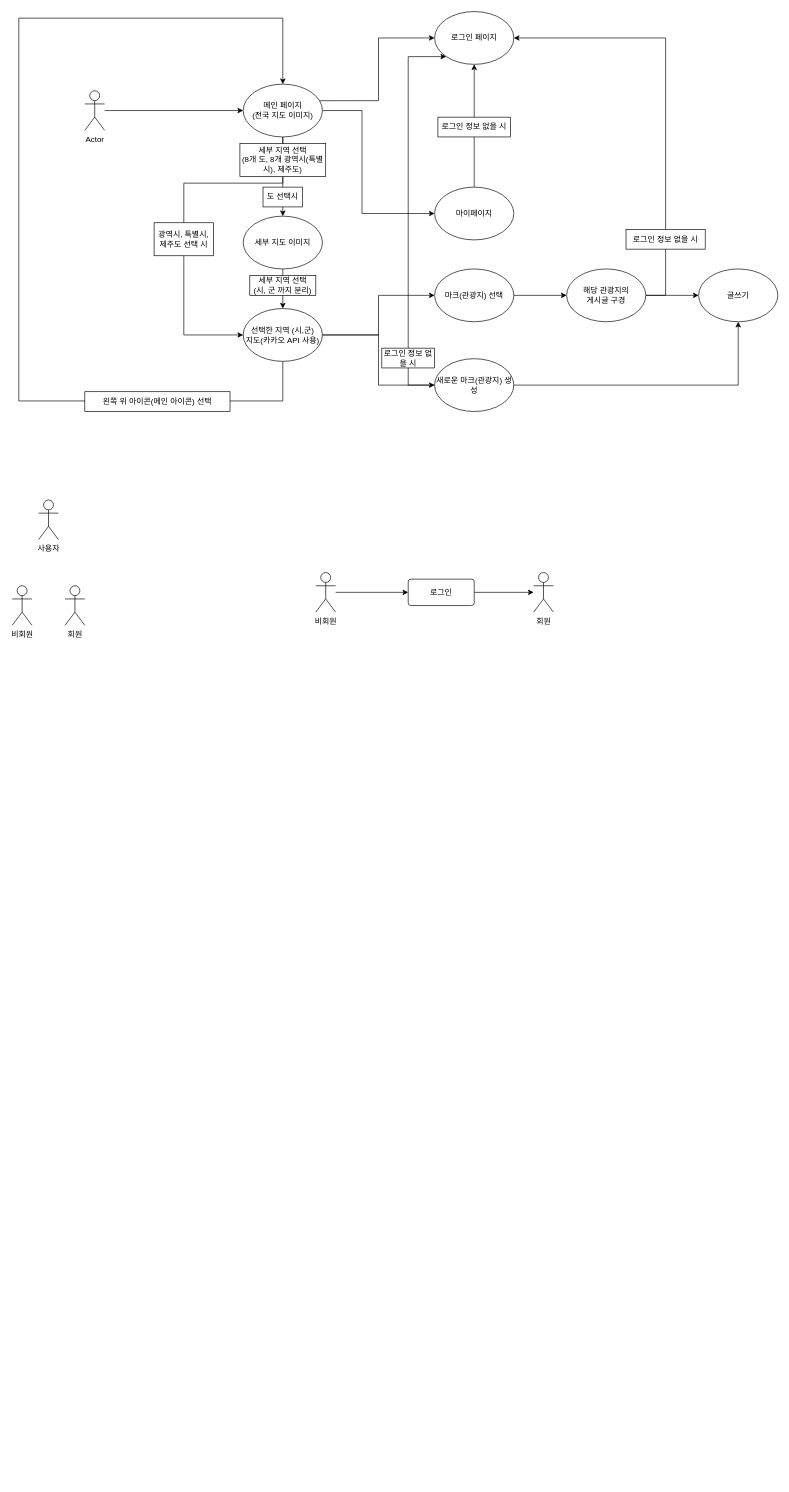
Earlier version of the draw.io diagram diagram/usecase.drawio (super-step/humi53.github.io). Source tidied: cells renumbered, new cells numbered last; positions are measured from the earlier drawing's top-left corner, leaving out a move shared by most shapes. Both pictures are drawn from the tidied source at 66%, with x=0, y=0 at pixel (12, 11).
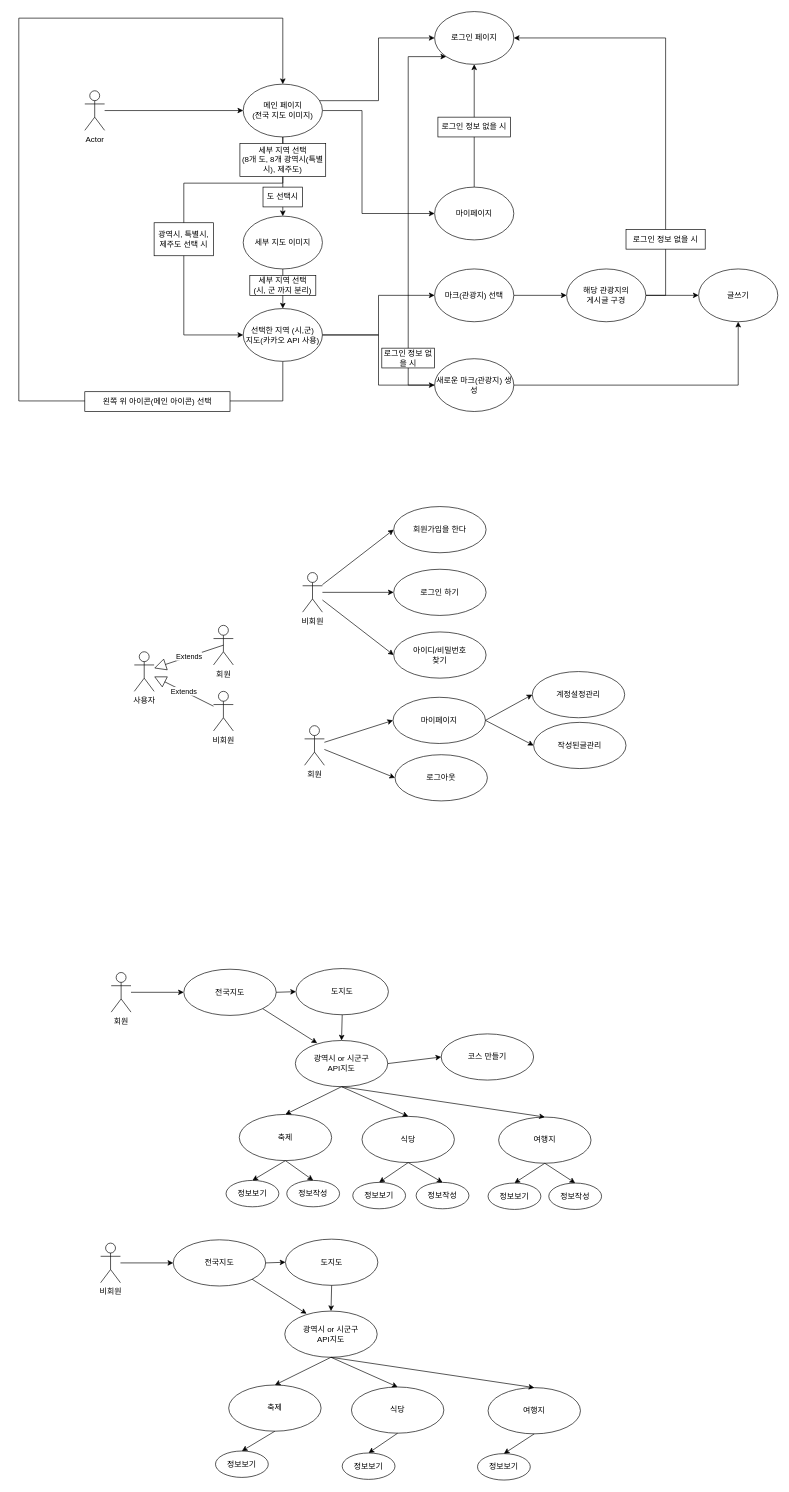
The same page after the edit.

What changed in the source:
```diff
@@
     <mxCell id="35" value="비회원" style="shape=umlActor;verticalLabelPosition=bottom;verticalAlign=top;html=1;outlineConnect=0;" parent="1" vertex="1">
-      <mxGeometry y="870" width="30" height="60" as="geometry" />
+      <mxGeometry x="305" y="1030" width="30" height="60" as="geometry" />
     </mxCell>
     <mxCell id="36" value="사용자" style="shape=umlActor;verticalLabelPosition=bottom;verticalAlign=top;html=1;outlineConnect=0;" parent="1" vertex="1">
-      <mxGeometry x="40" y="740" width="30" height="60" as="geometry" />
+      <mxGeometry x="185" y="970" width="30" height="60" as="geometry" />
     </mxCell>
     <mxCell id="37" value="회원" style="shape=umlActor;verticalLabelPosition=bottom;verticalAlign=top;html=1;outlineConnect=0;" parent="1" vertex="1">
-      <mxGeometry x="80" y="870" width="30" height="60" as="geometry" />
+      <mxGeometry x="305" y="930" width="30" height="60" as="geometry" />
     </mxCell>
-    <mxCell id="38" value="회원" style="shape=umlActor;verticalLabelPosition=bottom;verticalAlign=top;html=1;outlineConnect=0;" parent="1" vertex="1">
-      <mxGeometry x="790" y="850" width="30" height="60" as="geometry" />
-    </mxCell>
-    <mxCell id="39" style="edgeStyle=orthogonalEdgeStyle;rounded=0;jettySize=auto;html=1;" parent="1" edge="1" source="40" target="38">
-      <mxGeometry relative="1" as="geometry" />
-    </mxCell>
-    <mxCell id="40" value="로그인" style="rounded=1;arcSize=10;whiteSpace=wrap;html=1;align=center;" parent="1" vertex="1">
-      <mxGeometry x="600" y="860" width="100" height="40" as="geometry" />
-    </mxCell>
-    <mxCell id="41" style="edgeStyle=orthogonalEdgeStyle;rounded=0;jettySize=auto;html=1;" parent="1" edge="1" source="42" target="40">
+    <mxCell id="41" style="rounded=0;jettySize=auto;html=1;entryX=0;entryY=0.5;entryDx=0;entryDy=0;" parent="1" edge="1" source="42" target="49">
       <mxGeometry relative="1" as="geometry" />
     </mxCell>
     <mxCell id="42" value="비회원" style="shape=umlActor;verticalLabelPosition=bottom;verticalAlign=top;html=1;outlineConnect=0;" parent="1" vertex="1">
-      <mxGeometry x="460" y="850" width="30" height="60" as="geometry" />
+      <mxGeometry x="440" y="850" width="30" height="60" as="geometry" />
     </mxCell>
+    <mxCell id="43" style="rounded=0;jettySize=auto;html=1;entryX=0;entryY=0.5;entryDx=0;entryDy=0;" parent="1" edge="1" source="42" target="48">
+      <mxGeometry relative="1" as="geometry" />
+    </mxCell>
+    <mxCell id="44" style="rounded=0;jettySize=auto;html=1;entryX=0;entryY=0.5;entryDx=0;entryDy=0;" parent="1" edge="1" source="42" target="50">
+      <mxGeometry relative="1" as="geometry" />
+    </mxCell>
+    <mxCell id="45" value="Extends" style="endArrow=block;endSize=16;endFill=0;html=1;rounded=0;" parent="1" edge="1" source="35" target="36">
+      <mxGeometry relative="1" as="geometry" />
+    </mxCell>
+    <mxCell id="46" value="Extends" style="endArrow=block;endSize=16;endFill=0;html=1;rounded=0;exitX=0.5;exitY=0.5;exitDx=0;exitDy=0;exitPerimeter=0;" parent="1" edge="1" source="37" target="36">
+      <mxGeometry relative="1" as="geometry" />
+    </mxCell>
+    <mxCell id="47" value="회원" style="shape=umlActor;verticalLabelPosition=bottom;verticalAlign=top;html=1;outlineConnect=0;" parent="1" vertex="1">
+      <mxGeometry x="443" y="1082" width="30" height="60" as="geometry" />
+    </mxCell>
+    <mxCell id="48" value="회원가입을 한다" style="ellipse;whiteSpace=wrap;html=1;" parent="1" vertex="1">
+      <mxGeometry x="578" y="750" width="140" height="70" as="geometry" />
+    </mxCell>
+    <mxCell id="49" value="로그인 하기" style="ellipse;whiteSpace=wrap;html=1;" parent="1" vertex="1">
+      <mxGeometry x="578" y="845" width="140" height="70" as="geometry" />
+    </mxCell>
+    <mxCell id="50" value="아이디/비밀번호&lt;br&gt;찾기" style="ellipse;whiteSpace=wrap;html=1;" parent="1" vertex="1">
+      <mxGeometry x="578" y="940" width="140" height="70" as="geometry" />
+    </mxCell>
+    <mxCell id="51" value="마이페이지" style="ellipse;whiteSpace=wrap;html=1;" parent="1" vertex="1">
+      <mxGeometry x="577" y="1039" width="140" height="70" as="geometry" />
+    </mxCell>
+    <mxCell id="52" value="로그아웃" style="ellipse;whiteSpace=wrap;html=1;" parent="1" vertex="1">
+      <mxGeometry x="580" y="1126" width="140" height="70" as="geometry" />
+    </mxCell>
+    <mxCell id="53" style="rounded=0;jettySize=auto;html=1;entryX=0;entryY=0.5;entryDx=0;entryDy=0;" parent="1" edge="1" source="47" target="51">
+      <mxGeometry relative="1" as="geometry" />
+    </mxCell>
+    <mxCell id="54" style="rounded=0;jettySize=auto;html=1;entryX=0;entryY=0.5;entryDx=0;entryDy=0;" parent="1" edge="1" source="47" target="52">
+      <mxGeometry relative="1" as="geometry" />
+    </mxCell>
+    <mxCell id="55" value="회원" style="shape=umlActor;verticalLabelPosition=bottom;verticalAlign=top;html=1;outlineConnect=0;" parent="1" vertex="1">
+      <mxGeometry x="150" y="1456" width="30" height="60" as="geometry" />
+    </mxCell>
+    <mxCell id="56" value="전국지도" style="ellipse;whiteSpace=wrap;html=1;" parent="1" vertex="1">
+      <mxGeometry x="260" y="1451" width="140" height="70" as="geometry" />
+    </mxCell>
+    <mxCell id="57" value="도지도" style="ellipse;whiteSpace=wrap;html=1;" parent="1" vertex="1">
+      <mxGeometry x="430" y="1450" width="140" height="70" as="geometry" />
+    </mxCell>
+    <mxCell id="58" value="광역시 or 시군구&lt;br&gt;API지도" style="ellipse;whiteSpace=wrap;html=1;" parent="1" vertex="1">
+      <mxGeometry x="429" y="1559" width="140" height="70" as="geometry" />
+    </mxCell>
+    <mxCell id="59" value="축제" style="ellipse;whiteSpace=wrap;html=1;" parent="1" vertex="1">
+      <mxGeometry x="344" y="1671" width="140" height="70" as="geometry" />
+    </mxCell>
+    <mxCell id="60" value="식당" style="ellipse;whiteSpace=wrap;html=1;" parent="1" vertex="1">
+      <mxGeometry x="530" y="1674" width="140" height="70" as="geometry" />
+    </mxCell>
+    <mxCell id="61" value="여행지" style="ellipse;whiteSpace=wrap;html=1;" parent="1" vertex="1">
+      <mxGeometry x="737" y="1675" width="140" height="70" as="geometry" />
+    </mxCell>
+    <mxCell id="62" value="코스 만들기" style="ellipse;whiteSpace=wrap;html=1;" parent="1" vertex="1">
+      <mxGeometry x="650" y="1549" width="140" height="70" as="geometry" />
+    </mxCell>
+    <mxCell id="63" value="정보작성" style="ellipse;whiteSpace=wrap;html=1;" parent="1" vertex="1">
+      <mxGeometry x="416" y="1771" width="80" height="40" as="geometry" />
+    </mxCell>
+    <mxCell id="64" value="정보보기" style="ellipse;whiteSpace=wrap;html=1;" parent="1" vertex="1">
+      <mxGeometry x="324" y="1771" width="80" height="40" as="geometry" />
+    </mxCell>
+    <mxCell id="65" value="정보작성" style="ellipse;whiteSpace=wrap;html=1;" parent="1" vertex="1">
+      <mxGeometry x="612" y="1774" width="80" height="40" as="geometry" />
+    </mxCell>
+    <mxCell id="66" value="정보보기" style="ellipse;whiteSpace=wrap;html=1;" parent="1" vertex="1">
+      <mxGeometry x="516" y="1774" width="80" height="40" as="geometry" />
+    </mxCell>
+    <mxCell id="67" value="정보작성" style="ellipse;whiteSpace=wrap;html=1;" parent="1" vertex="1">
+      <mxGeometry x="813" y="1775" width="80" height="40" as="geometry" />
+    </mxCell>
+    <mxCell id="68" value="정보보기" style="ellipse;whiteSpace=wrap;html=1;" parent="1" vertex="1">
+      <mxGeometry x="721" y="1775" width="80" height="40" as="geometry" />
+    </mxCell>
+    <mxCell id="69" style="rounded=0;jettySize=auto;html=1;entryX=0;entryY=0.5;entryDx=0;entryDy=0;" parent="1" edge="1" source="55" target="56">
+      <mxGeometry relative="1" as="geometry" />
+    </mxCell>
+    <mxCell id="70" style="rounded=0;jettySize=auto;html=1;entryX=0;entryY=0.5;entryDx=0;entryDy=0;exitX=1;exitY=0.5;exitDx=0;exitDy=0;" parent="1" edge="1" source="56" target="57">
+      <mxGeometry relative="1" as="geometry" />
+    </mxCell>
+    <mxCell id="71" style="rounded=0;jettySize=auto;html=1;entryX=0.5;entryY=0;entryDx=0;entryDy=0;exitX=0.5;exitY=1;exitDx=0;exitDy=0;" parent="1" edge="1" source="57" target="58">
+      <mxGeometry relative="1" as="geometry" />
+    </mxCell>
+    <mxCell id="72" style="rounded=0;jettySize=auto;html=1;entryX=0;entryY=0.5;entryDx=0;entryDy=0;exitX=1;exitY=0.5;exitDx=0;exitDy=0;" parent="1" edge="1" source="58" target="62">
+      <mxGeometry relative="1" as="geometry" />
+    </mxCell>
+    <mxCell id="73" style="rounded=0;jettySize=auto;html=1;entryX=0.5;entryY=0;entryDx=0;entryDy=0;exitX=0.5;exitY=1;exitDx=0;exitDy=0;" parent="1" edge="1" source="58" target="59">
+      <mxGeometry relative="1" as="geometry" />
+    </mxCell>
+    <mxCell id="74" style="rounded=0;jettySize=auto;html=1;entryX=0.5;entryY=0;entryDx=0;entryDy=0;exitX=0.5;exitY=1;exitDx=0;exitDy=0;" parent="1" edge="1" source="58" target="60">
+      <mxGeometry relative="1" as="geometry" />
+    </mxCell>
+    <mxCell id="75" style="rounded=0;jettySize=auto;html=1;entryX=0.5;entryY=0;entryDx=0;entryDy=0;exitX=0.5;exitY=1;exitDx=0;exitDy=0;" parent="1" edge="1" source="58" target="61">
+      <mxGeometry relative="1" as="geometry" />
+    </mxCell>
+    <mxCell id="76" style="rounded=0;jettySize=auto;html=1;entryX=0.5;entryY=0;entryDx=0;entryDy=0;exitX=0.5;exitY=1;exitDx=0;exitDy=0;" parent="1" edge="1" source="59" target="64">
+      <mxGeometry relative="1" as="geometry" />
+    </mxCell>
+    <mxCell id="77" style="rounded=0;jettySize=auto;html=1;entryX=0.5;entryY=0;entryDx=0;entryDy=0;exitX=0.5;exitY=1;exitDx=0;exitDy=0;" parent="1" edge="1" source="59" target="63">
+      <mxGeometry relative="1" as="geometry" />
+    </mxCell>
+    <mxCell id="78" style="rounded=0;jettySize=auto;html=1;entryX=0.5;entryY=0;entryDx=0;entryDy=0;exitX=0.5;exitY=1;exitDx=0;exitDy=0;" parent="1" edge="1" source="60" target="66">
+      <mxGeometry relative="1" as="geometry" />
+    </mxCell>
+    <mxCell id="79" style="rounded=0;jettySize=auto;html=1;entryX=0.5;entryY=0;entryDx=0;entryDy=0;exitX=0.5;exitY=1;exitDx=0;exitDy=0;" parent="1" edge="1" source="60" target="65">
+      <mxGeometry relative="1" as="geometry" />
+    </mxCell>
+    <mxCell id="80" style="rounded=0;jettySize=auto;html=1;entryX=0.5;entryY=0;entryDx=0;entryDy=0;exitX=0.5;exitY=1;exitDx=0;exitDy=0;" parent="1" edge="1" source="61" target="68">
+      <mxGeometry relative="1" as="geometry" />
+    </mxCell>
+    <mxCell id="81" style="rounded=0;jettySize=auto;html=1;entryX=0.5;entryY=0;entryDx=0;entryDy=0;exitX=0.5;exitY=1;exitDx=0;exitDy=0;" parent="1" edge="1" source="61" target="67">
+      <mxGeometry relative="1" as="geometry" />
+    </mxCell>
+    <mxCell id="82" value="작성된글관리" style="ellipse;whiteSpace=wrap;html=1;" parent="1" vertex="1">
+      <mxGeometry x="790" y="1077" width="140" height="70" as="geometry" />
+    </mxCell>
+    <mxCell id="83" value="계정설정관리" style="ellipse;whiteSpace=wrap;html=1;" parent="1" vertex="1">
+      <mxGeometry x="788" y="1000" width="140" height="70" as="geometry" />
+    </mxCell>
+    <mxCell id="84" style="rounded=0;jettySize=auto;html=1;entryX=0;entryY=0.5;entryDx=0;entryDy=0;exitX=1;exitY=0.5;exitDx=0;exitDy=0;" parent="1" edge="1" source="51" target="83">
+      <mxGeometry relative="1" as="geometry" />
+    </mxCell>
+    <mxCell id="85" style="rounded=0;jettySize=auto;html=1;entryX=0;entryY=0.5;entryDx=0;entryDy=0;exitX=1;exitY=0.5;exitDx=0;exitDy=0;" parent="1" edge="1" source="51" target="82">
+      <mxGeometry relative="1" as="geometry" />
+    </mxCell>
+    <mxCell id="86" style="rounded=0;jettySize=auto;html=1;entryX=0.236;entryY=0.057;entryDx=0;entryDy=0;exitX=1;exitY=1;exitDx=0;exitDy=0;entryPerimeter=0;" parent="1" edge="1" source="56" target="58">
+      <mxGeometry relative="1" as="geometry" />
+    </mxCell>
+    <mxCell id="87" value="비회원" style="shape=umlActor;verticalLabelPosition=bottom;verticalAlign=top;html=1;outlineConnect=0;" parent="1" vertex="1">
+      <mxGeometry x="134" y="1866" width="30" height="60" as="geometry" />
+    </mxCell>
+    <mxCell id="88" value="전국지도" style="ellipse;whiteSpace=wrap;html=1;" parent="1" vertex="1">
+      <mxGeometry x="244" y="1861" width="140" height="70" as="geometry" />
+    </mxCell>
+    <mxCell id="89" value="도지도" style="ellipse;whiteSpace=wrap;html=1;" parent="1" vertex="1">
+      <mxGeometry x="414" y="1860" width="140" height="70" as="geometry" />
+    </mxCell>
+    <mxCell id="90" value="광역시 or 시군구&lt;br&gt;API지도" style="ellipse;whiteSpace=wrap;html=1;" parent="1" vertex="1">
+      <mxGeometry x="413" y="1969" width="140" height="70" as="geometry" />
+    </mxCell>
+    <mxCell id="91" value="축제" style="ellipse;whiteSpace=wrap;html=1;" parent="1" vertex="1">
+      <mxGeometry x="328" y="2081" width="140" height="70" as="geometry" />
+    </mxCell>
+    <mxCell id="92" value="식당" style="ellipse;whiteSpace=wrap;html=1;" parent="1" vertex="1">
+      <mxGeometry x="514" y="2084" width="140" height="70" as="geometry" />
+    </mxCell>
+    <mxCell id="93" value="여행지" style="ellipse;whiteSpace=wrap;html=1;" parent="1" vertex="1">
+      <mxGeometry x="721" y="2085" width="140" height="70" as="geometry" />
+    </mxCell>
+    <mxCell id="94" value="정보보기" style="ellipse;whiteSpace=wrap;html=1;" parent="1" vertex="1">
+      <mxGeometry x="308" y="2181" width="80" height="40" as="geometry" />
+    </mxCell>
+    <mxCell id="95" value="정보보기" style="ellipse;whiteSpace=wrap;html=1;" parent="1" vertex="1">
+      <mxGeometry x="500" y="2184" width="80" height="40" as="geometry" />
+    </mxCell>
+    <mxCell id="96" value="정보보기" style="ellipse;whiteSpace=wrap;html=1;" parent="1" vertex="1">
+      <mxGeometry x="705" y="2185" width="80" height="40" as="geometry" />
+    </mxCell>
+    <mxCell id="97" style="rounded=0;jettySize=auto;html=1;entryX=0;entryY=0.5;entryDx=0;entryDy=0;" parent="1" edge="1" source="87" target="88">
+      <mxGeometry relative="1" as="geometry" />
+    </mxCell>
+    <mxCell id="98" style="rounded=0;jettySize=auto;html=1;entryX=0;entryY=0.5;entryDx=0;entryDy=0;exitX=1;exitY=0.5;exitDx=0;exitDy=0;" parent="1" edge="1" source="88" target="89">
+      <mxGeometry relative="1" as="geometry" />
+    </mxCell>
+    <mxCell id="99" style="rounded=0;jettySize=auto;html=1;entryX=0.5;entryY=0;entryDx=0;entryDy=0;exitX=0.5;exitY=1;exitDx=0;exitDy=0;" parent="1" edge="1" source="89" target="90">
+      <mxGeometry relative="1" as="geometry" />
+    </mxCell>
+    <mxCell id="100" style="rounded=0;jettySize=auto;html=1;entryX=0.5;entryY=0;entryDx=0;entryDy=0;exitX=0.5;exitY=1;exitDx=0;exitDy=0;" parent="1" edge="1" source="90" target="91">
+      <mxGeometry relative="1" as="geometry" />
+    </mxCell>
+    <mxCell id="101" style="rounded=0;jettySize=auto;html=1;entryX=0.5;entryY=0;entryDx=0;entryDy=0;exitX=0.5;exitY=1;exitDx=0;exitDy=0;" parent="1" edge="1" source="90" target="92">
+      <mxGeometry relative="1" as="geometry" />
+    </mxCell>
+    <mxCell id="102" style="rounded=0;jettySize=auto;html=1;entryX=0.5;entryY=0;entryDx=0;entryDy=0;exitX=0.5;exitY=1;exitDx=0;exitDy=0;" parent="1" edge="1" source="90" target="93">
+      <mxGeometry relative="1" as="geometry" />
+    </mxCell>
+    <mxCell id="103" style="rounded=0;jettySize=auto;html=1;entryX=0.5;entryY=0;entryDx=0;entryDy=0;exitX=0.5;exitY=1;exitDx=0;exitDy=0;" parent="1" edge="1" source="91" target="94">
+      <mxGeometry relative="1" as="geometry" />
+    </mxCell>
+    <mxCell id="104" style="rounded=0;jettySize=auto;html=1;entryX=0.5;entryY=0;entryDx=0;entryDy=0;exitX=0.5;exitY=1;exitDx=0;exitDy=0;" parent="1" edge="1" source="92" target="95">
+      <mxGeometry relative="1" as="geometry" />
+    </mxCell>
+    <mxCell id="105" style="rounded=0;jettySize=auto;html=1;entryX=0.5;entryY=0;entryDx=0;entryDy=0;exitX=0.5;exitY=1;exitDx=0;exitDy=0;" parent="1" edge="1" source="93" target="96">
+      <mxGeometry relative="1" as="geometry" />
+    </mxCell>
+    <mxCell id="106" style="rounded=0;jettySize=auto;html=1;entryX=0.236;entryY=0.057;entryDx=0;entryDy=0;exitX=1;exitY=1;exitDx=0;exitDy=0;entryPerimeter=0;" parent="1" edge="1" source="88" target="90">
+      <mxGeometry relative="1" as="geometry" />
+    </mxCell>
```
